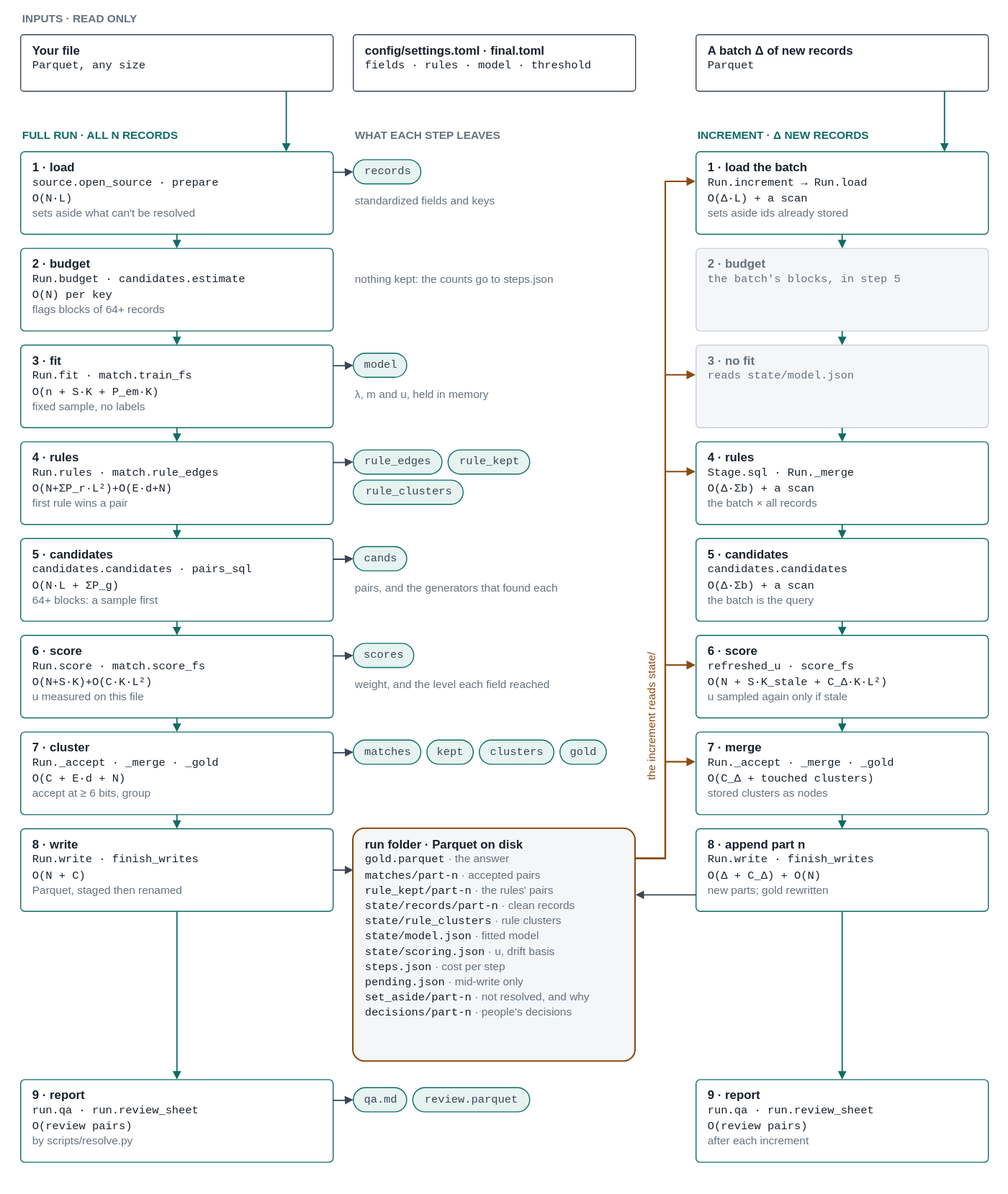
Earlier version of the draw.io export docs/architecture.drawio.svg (mvsbm/entity_matching). Source tidied: cells renumbered, new cells last; positions are measured from the earlier drawing's top-left corner, leaving out a move shared by most shapes.
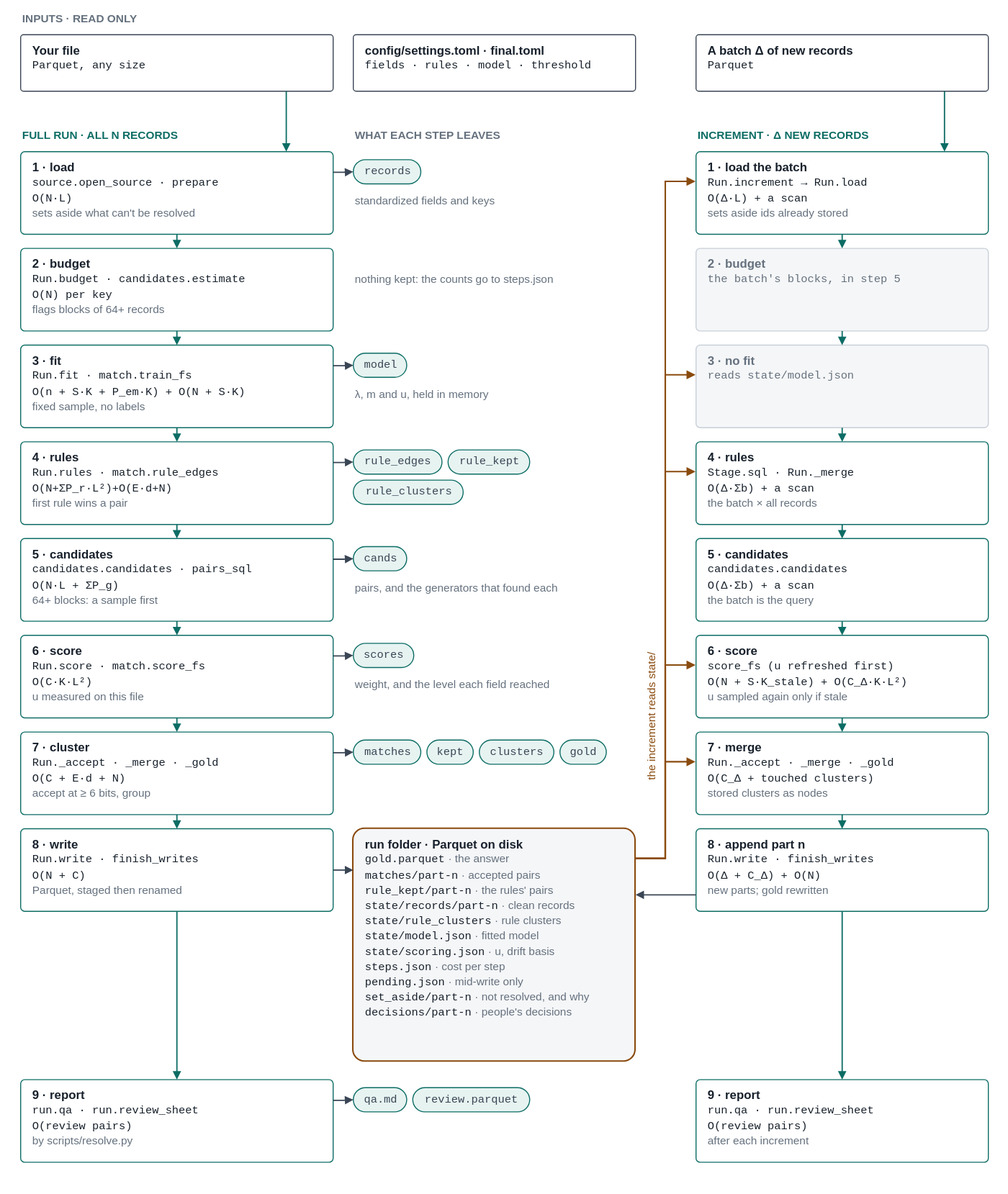
After the commit.

What changed in the source:
```diff
@@ -47,7 +47,7 @@
     <mxCell id="16" value="nothing kept: the counts go to steps.json" style="text;html=1;align=left;verticalAlign=middle;fontFamily=Helvetica;fontSize=11;fontColor=#65717e;" parent="1" vertex="1">
       <mxGeometry x="330" y="258" width="280" height="22" as="geometry" />
     </mxCell>
-    <mxCell id="17" value="&lt;b&gt;3 · fit&lt;/b&gt;&lt;br&gt;&lt;font face=&quot;Courier New&quot; style=&quot;font-size:11px&quot;&gt;Run.fit · match.train_fs&lt;/font&gt;&lt;br&gt;&lt;font face=&quot;Courier New&quot; style=&quot;font-size:11px&quot;&gt;O(n + S·K + P_em·K)&lt;/font&gt;&lt;br&gt;&lt;font color=&quot;#65717e&quot; style=&quot;font-size:11px&quot;&gt;fixed sample, no labels&lt;/font&gt;" style="rounded=1;arcSize=5;whiteSpace=wrap;html=1;align=left;verticalAlign=top;spacingLeft=10;spacingTop=2;fontFamily=Helvetica;fontSize=12;fontColor=#18212c;fillColor=#ffffff;strokeColor=#0d6d65;" parent="1" vertex="1">
+    <mxCell id="17" value="&lt;b&gt;3 · fit&lt;/b&gt;&lt;br&gt;&lt;font face=&quot;Courier New&quot; style=&quot;font-size:11px&quot;&gt;Run.fit · match.train_fs&lt;/font&gt;&lt;br&gt;&lt;font face=&quot;Courier New&quot; style=&quot;font-size:11px&quot;&gt;O(n + S·K + P_em·K) + O(N + S·K)&lt;/font&gt;&lt;br&gt;&lt;font color=&quot;#65717e&quot; style=&quot;font-size:11px&quot;&gt;fixed sample, no labels&lt;/font&gt;" style="rounded=1;arcSize=5;whiteSpace=wrap;html=1;align=left;verticalAlign=top;spacingLeft=10;spacingTop=2;fontFamily=Helvetica;fontSize=12;fontColor=#18212c;fillColor=#ffffff;strokeColor=#0d6d65;" parent="1" vertex="1">
       <mxGeometry y="334" width="310" height="82" as="geometry" />
     </mxCell>
     <mxCell id="18" value="&lt;b&gt;3 · no fit&lt;/b&gt;&lt;br&gt;&lt;font face=&quot;Courier New&quot; style=&quot;font-size:11px&quot;&gt;reads state/model.json&lt;/font&gt;" style="rounded=1;arcSize=5;whiteSpace=wrap;html=1;align=left;verticalAlign=top;spacingLeft=10;spacingTop=2;fontFamily=Helvetica;fontSize=12;fontColor=#18212c;fillColor=#ffffff;strokeColor=#c9d0d8;fillColor=#f5f6f8;fontColor=#65717e;" parent="1" vertex="1">
@@ -95,10 +95,10 @@
     <mxCell id="32" style="edgeStyle=orthogonalEdgeStyle;rounded=0;html=1;endArrow=block;endFill=1;endSize=5;strokeColor=#3a4655;strokeWidth=1.3;exitX=1;exitY=0.25;entryX=0;entryY=0.5;" parent="1" edge="1" source="28" target="30">
       <mxGeometry relative="1" as="geometry" />
     </mxCell>
-    <mxCell id="33" value="&lt;b&gt;6 · score&lt;/b&gt;&lt;br&gt;&lt;font face=&quot;Courier New&quot; style=&quot;font-size:11px&quot;&gt;Run.score · match.score_fs&lt;/font&gt;&lt;br&gt;&lt;font face=&quot;Courier New&quot; style=&quot;font-size:11px&quot;&gt;O(N+S·K)+O(C·K·L²)&lt;/font&gt;&lt;br&gt;&lt;font color=&quot;#65717e&quot; style=&quot;font-size:11px&quot;&gt;u measured on this file&lt;/font&gt;" style="rounded=1;arcSize=5;whiteSpace=wrap;html=1;align=left;verticalAlign=top;spacingLeft=10;spacingTop=2;fontFamily=Helvetica;fontSize=12;fontColor=#18212c;fillColor=#ffffff;strokeColor=#0d6d65;" parent="1" vertex="1">
+    <mxCell id="33" value="&lt;b&gt;6 · score&lt;/b&gt;&lt;br&gt;&lt;font face=&quot;Courier New&quot; style=&quot;font-size:11px&quot;&gt;Run.score · match.score_fs&lt;/font&gt;&lt;br&gt;&lt;font face=&quot;Courier New&quot; style=&quot;font-size:11px&quot;&gt;O(C·K·L²)&lt;/font&gt;&lt;br&gt;&lt;font color=&quot;#65717e&quot; style=&quot;font-size:11px&quot;&gt;u measured on this file&lt;/font&gt;" style="rounded=1;arcSize=5;whiteSpace=wrap;html=1;align=left;verticalAlign=top;spacingLeft=10;spacingTop=2;fontFamily=Helvetica;fontSize=12;fontColor=#18212c;fillColor=#ffffff;strokeColor=#0d6d65;" parent="1" vertex="1">
       <mxGeometry y="622" width="310" height="82" as="geometry" />
     </mxCell>
-    <mxCell id="34" value="&lt;b&gt;6 · score&lt;/b&gt;&lt;br&gt;&lt;font face=&quot;Courier New&quot; style=&quot;font-size:11px&quot;&gt;refreshed_u · score_fs&lt;/font&gt;&lt;br&gt;&lt;font face=&quot;Courier New&quot; style=&quot;font-size:11px&quot;&gt;O(N + S·K_stale + C_Δ·K·L²)&lt;/font&gt;&lt;br&gt;&lt;font color=&quot;#65717e&quot; style=&quot;font-size:11px&quot;&gt;u sampled again only if stale&lt;/font&gt;" style="rounded=1;arcSize=5;whiteSpace=wrap;html=1;align=left;verticalAlign=top;spacingLeft=10;spacingTop=2;fontFamily=Helvetica;fontSize=12;fontColor=#18212c;fillColor=#ffffff;strokeColor=#0d6d65;" parent="1" vertex="1">
+    <mxCell id="34" value="&lt;b&gt;6 · score&lt;/b&gt;&lt;br&gt;&lt;font face=&quot;Courier New&quot; style=&quot;font-size:11px&quot;&gt;score_fs (u refreshed first)&lt;/font&gt;&lt;br&gt;&lt;font face=&quot;Courier New&quot; style=&quot;font-size:11px&quot;&gt;O(N + S·K_stale) + O(C_Δ·K·L²)&lt;/font&gt;&lt;br&gt;&lt;font color=&quot;#65717e&quot; style=&quot;font-size:11px&quot;&gt;u sampled again only if stale&lt;/font&gt;" style="rounded=1;arcSize=5;whiteSpace=wrap;html=1;align=left;verticalAlign=top;spacingLeft=10;spacingTop=2;fontFamily=Helvetica;fontSize=12;fontColor=#18212c;fillColor=#ffffff;strokeColor=#0d6d65;" parent="1" vertex="1">
       <mxGeometry x="670" y="622" width="290" height="82" as="geometry" />
     </mxCell>
     <mxCell id="35" value="scores" style="rounded=1;arcSize=50;html=1;fontFamily=Courier New;fontSize=11;fontColor=#3a4655;fillColor=#e6f3f1;strokeColor=#0d6d65;" parent="1" vertex="1">
```
